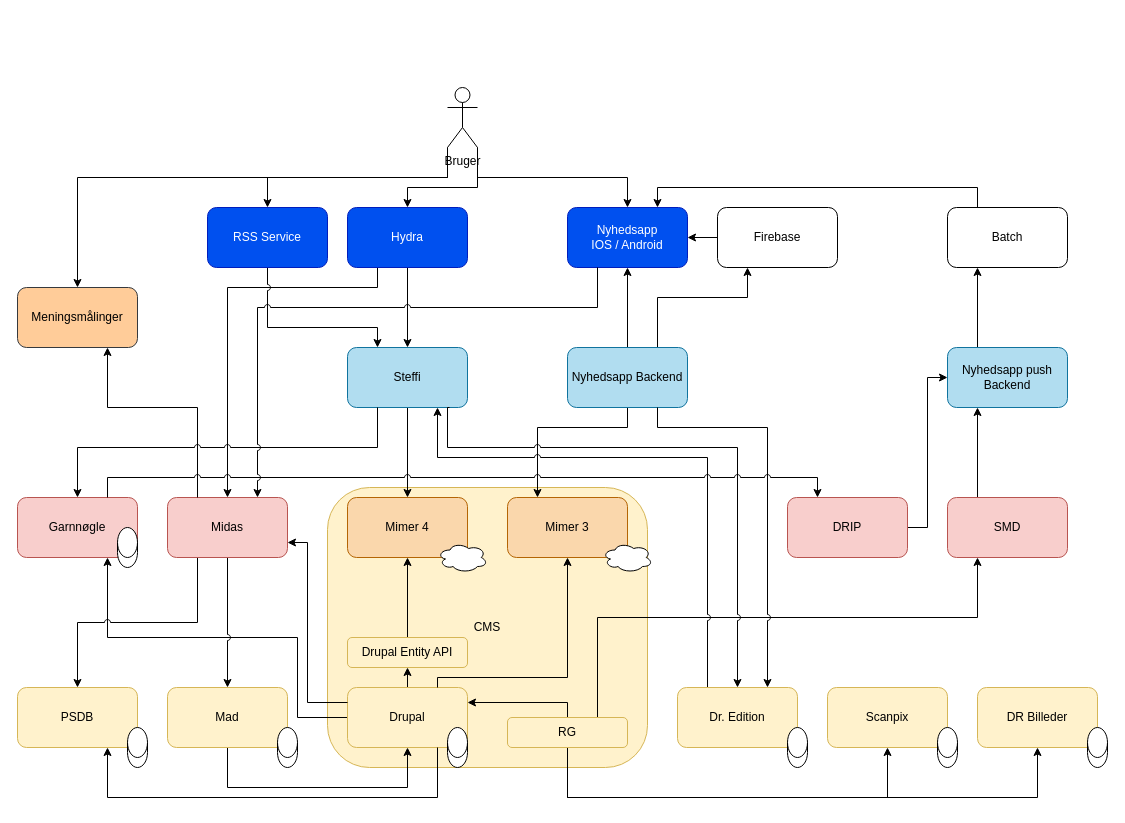
drdkjtop/arkitektur keeps this draw.io diagram as page "As Is udgivelseskæden" (4 of 5) of draw-io/målarkitektur.drawio. Above is the earlier version. Source tidied: cells renumbered, new cells numbered last; positions are measured from the earlier drawing's top-left corner, leaving out a move shared by most shapes. Both pictures are drawn from the tidied source at 100%, with x=0, y=0 at pixel (17, 87).
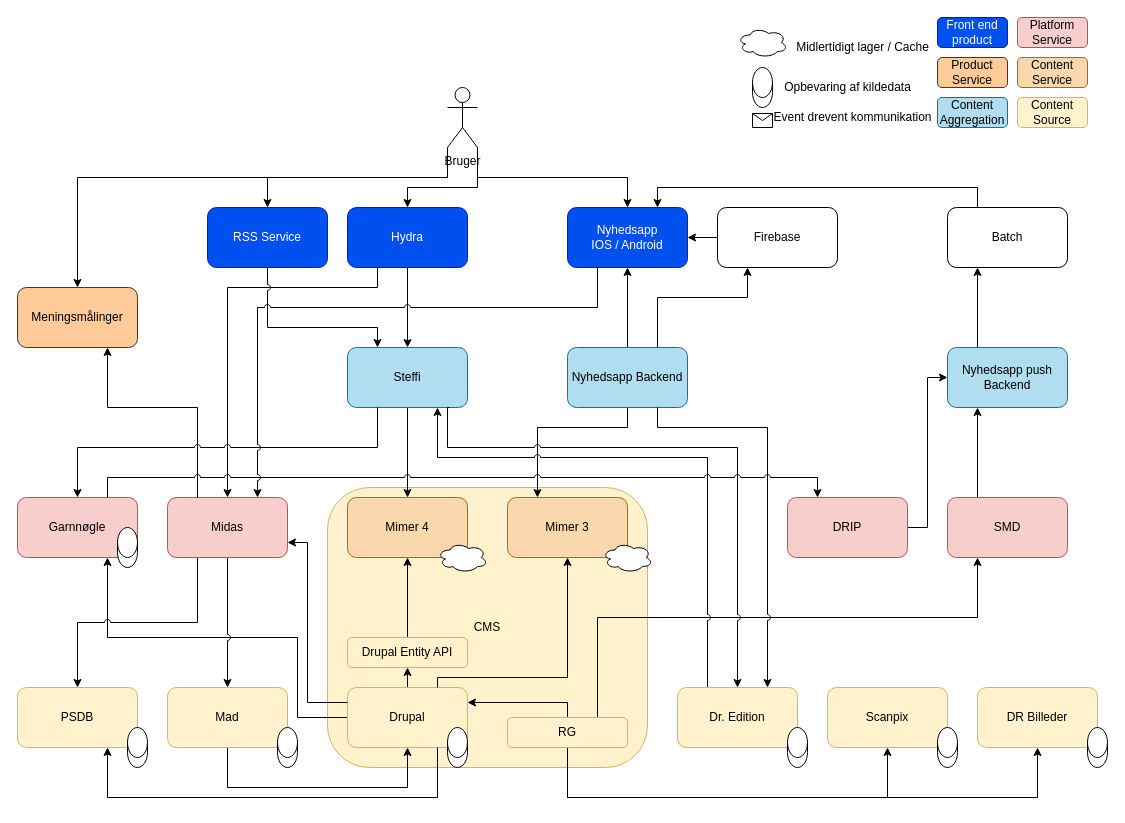
The same page after the edit.

Diff of the diagram source:
```diff
@@
-    <mxCell id="5" value="Drupal" style="rounded=1;whiteSpace=wrap;html=1;fillColor=#fff2cc;strokeColor=#d6b656;" parent="1" vertex="1">
+    <mxCell id="5" value="Drupal" style="rounded=1;whiteSpace=wrap;html=1;fillColor=#fff2cc;strokeColor=#d6b656;fontColor=default;" parent="1" vertex="1">
       <mxGeometry x="330" y="600" width="120" height="60" as="geometry" />
     </mxCell>
@@
-    <mxCell id="12" value="Steffi" style="rounded=1;whiteSpace=wrap;html=1;fillColor=#b1ddf0;strokeColor=#10739e;" parent="1" vertex="1">
+    <mxCell id="12" value="Steffi" style="rounded=1;whiteSpace=wrap;html=1;fillColor=#b1ddf0;strokeColor=#10739e;fontColor=default;" parent="1" vertex="1">
       <mxGeometry x="330" y="260" width="120" height="60" as="geometry" />
     </mxCell>
@@
-    <mxCell id="22" value="Midas" style="rounded=1;whiteSpace=wrap;html=1;fillColor=#f8cecc;strokeColor=#b85450;" parent="1" vertex="1">
+    <mxCell id="22" value="Midas" style="rounded=1;whiteSpace=wrap;html=1;fillColor=#f8cecc;strokeColor=#b85450;fontColor=default;" parent="1" vertex="1">
       <mxGeometry x="150" y="410" width="120" height="60" as="geometry" />
     </mxCell>
@@
-    <mxCell id="52" value="Meningsmålinger" style="rounded=1;whiteSpace=wrap;html=1;fillColor=#ffcc99;strokeColor=#36393d;" parent="1" vertex="1">
+    <mxCell id="52" value="Meningsmålinger" style="rounded=1;whiteSpace=wrap;html=1;fillColor=#ffcc99;strokeColor=#36393d;fontColor=default;" parent="1" vertex="1">
       <mxGeometry y="200" width="120" height="60" as="geometry" />
     </mxCell>
@@
+    <mxCell id="72" style="ellipse;shape=cloud;whiteSpace=wrap;html=1;fillColor=default;strokeColor=default;fontColor=default;" parent="1" vertex="1">
+      <mxGeometry x="720" y="-60" width="50" height="30" as="geometry" />
+    </mxCell>
+    <mxCell id="73" style="shape=cylinder3;whiteSpace=wrap;html=1;boundedLbl=1;backgroundOutline=1;size=15;fillColor=default;strokeColor=default;fontColor=default;" parent="1" vertex="1">
+      <mxGeometry x="735" y="-20" width="20" height="40" as="geometry" />
+    </mxCell>
+    <mxCell id="74" value="Opbevaring af kildedata" style="text;html=1;align=center;verticalAlign=middle;strokeColor=none;fillColor=none;fontColor=default;" parent="1" vertex="1">
+      <mxGeometry x="760" y="-10" width="140" height="20" as="geometry" />
+    </mxCell>
+    <mxCell id="75" value="Midlertidigt lager / Cache" style="text;html=1;align=center;verticalAlign=middle;strokeColor=none;fillColor=none;fontColor=default;" parent="1" vertex="1">
+      <mxGeometry x="770" y="-50" width="150" height="20" as="geometry" />
+    </mxCell>
+    <mxCell id="76" value="Front end product" style="rounded=1;whiteSpace=wrap;html=1;fillColor=#0050ef;strokeColor=#001DBC;fontColor=#ffffff;" parent="1" vertex="1">
+      <mxGeometry x="920" y="-70" width="70" height="30" as="geometry" />
+    </mxCell>
+    <mxCell id="77" value="Product Service" style="rounded=1;whiteSpace=wrap;html=1;fillColor=#ffcc99;strokeColor=#36393d;fontColor=default;" parent="1" vertex="1">
+      <mxGeometry x="920" y="-30" width="70" height="30" as="geometry" />
+    </mxCell>
+    <mxCell id="78" value="Content Aggregation" style="rounded=1;whiteSpace=wrap;html=1;fillColor=#b1ddf0;strokeColor=#10739e;fontColor=default;" parent="1" vertex="1">
+      <mxGeometry x="920" y="10" width="70" height="30" as="geometry" />
+    </mxCell>
+    <mxCell id="79" value="Platform Service" style="rounded=1;whiteSpace=wrap;html=1;fillColor=#f8cecc;strokeColor=#b85450;fontColor=default;" parent="1" vertex="1">
+      <mxGeometry x="1000" y="-70" width="70" height="30" as="geometry" />
+    </mxCell>
+    <mxCell id="80" value="Content Service" style="rounded=1;whiteSpace=wrap;html=1;fillColor=#fad7ac;strokeColor=#b46504;fontColor=default;" parent="1" vertex="1">
+      <mxGeometry x="1000" y="-30" width="70" height="30" as="geometry" />
+    </mxCell>
+    <mxCell id="81" value="Content Source" style="rounded=1;whiteSpace=wrap;html=1;fillColor=#fff2cc;strokeColor=#d6b656;fontColor=default;" parent="1" vertex="1">
+      <mxGeometry x="1000" y="10" width="70" height="30" as="geometry" />
+    </mxCell>
+    <mxCell id="82" style="shape=message;html=1;fillColor=default;strokeColor=default;fontColor=default;" parent="1" vertex="1">
+      <mxGeometry x="735" y="26" width="20" height="14" as="geometry" />
+    </mxCell>
+    <mxCell id="83" value="Event drevent kommunikation" style="text;html=1;align=center;verticalAlign=middle;strokeColor=none;fillColor=none;fontColor=default;" parent="1" vertex="1">
+      <mxGeometry x="750" y="20" width="170" height="20" as="geometry" />
+    </mxCell>
```
